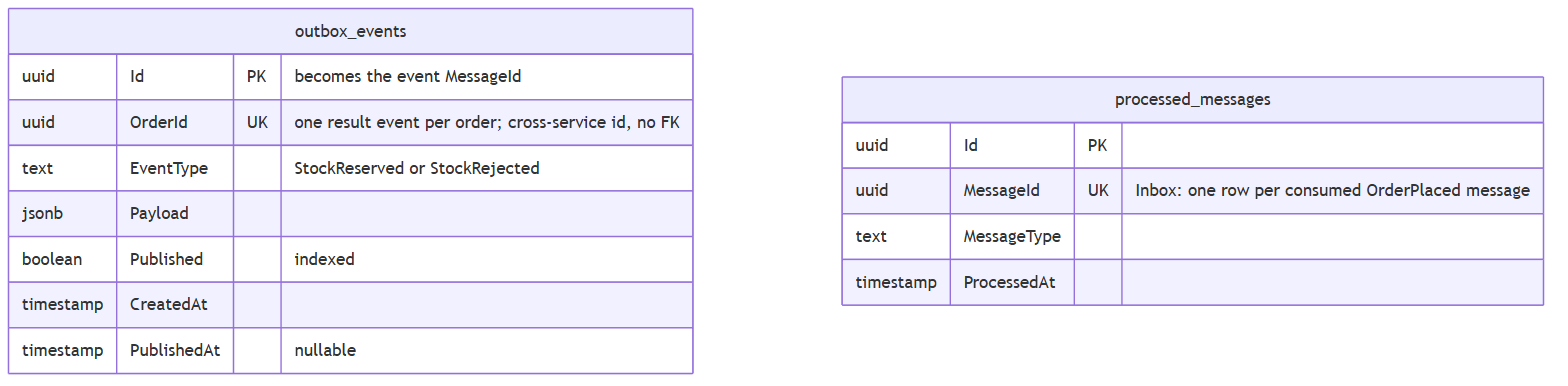
Above: report/figures/erd-inventory-service.png in VuTanMinh/flash-sale-microservices (Mermaid), before the change. Its source is kept beside it as report/figures/erd-inventory-service.mmd. Source of this version:
```mermaid
erDiagram
    outbox_events {
        uuid Id PK "becomes the event MessageId"
        uuid OrderId UK "one result event per order; cross-service id, no FK"
        text EventType "StockReserved or StockRejected"
        jsonb Payload
        boolean Published "indexed"
        timestamp CreatedAt
        timestamp PublishedAt "nullable"
    }
    processed_messages {
        uuid Id PK
        uuid MessageId UK "Inbox: one row per consumed OrderPlaced message"
        text MessageType
        timestamp ProcessedAt
    }
```
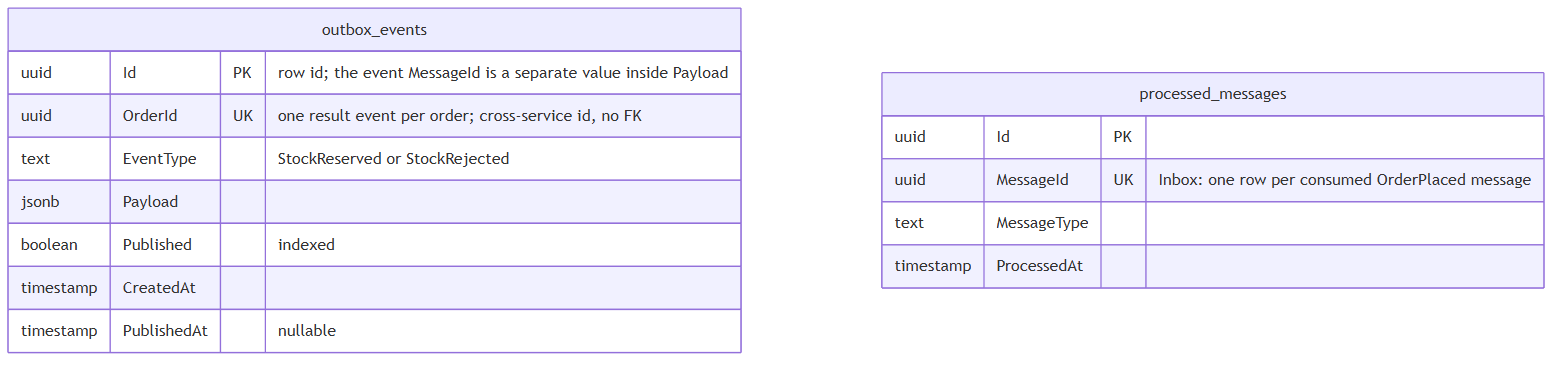
Later version of the same file.

Commit message:
docs: correct MessageId origin in ERD and event contract (it is generated with the Outbox row and stored in Payload, not the Outbox row id)

What changed in the source:
```diff
@@ -1,6 +1,6 @@
 erDiagram
     outbox_events {
-        uuid Id PK "becomes the event MessageId"
+        uuid Id PK "row id; the event MessageId is a separate value inside Payload"
         uuid OrderId UK "one result event per order; cross-service id, no FK"
         text EventType "StockReserved or StockRejected"
         jsonb Payload
```
